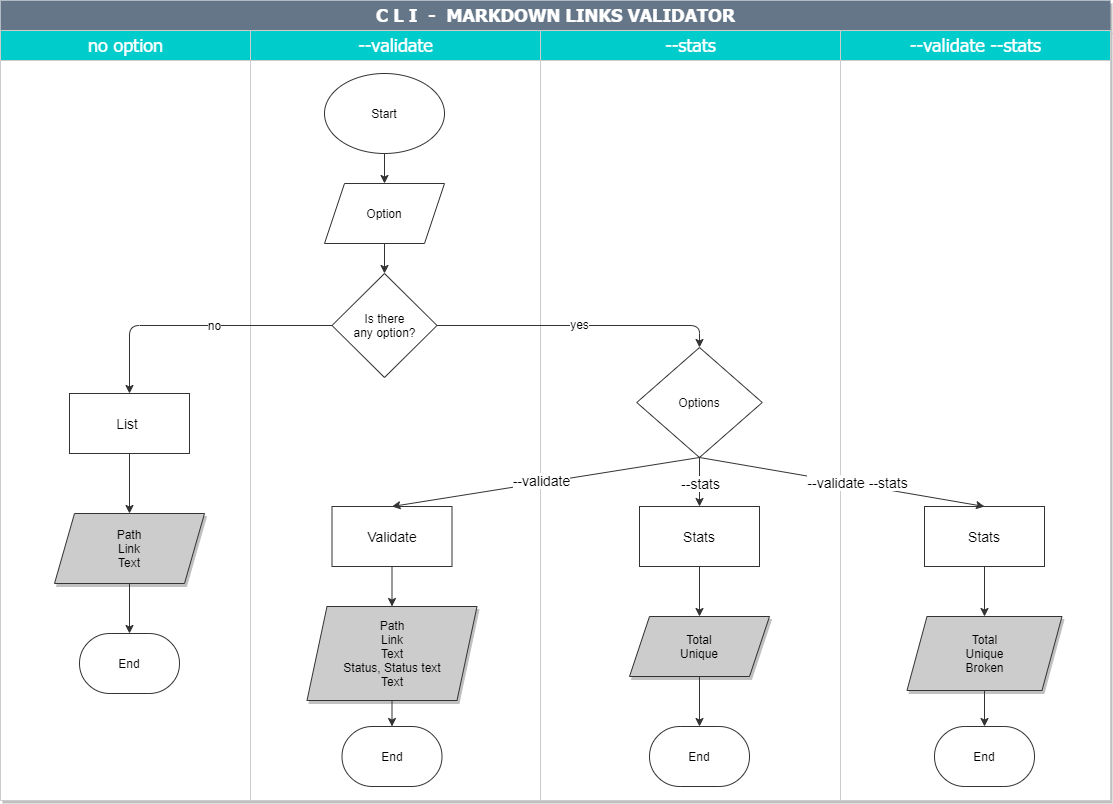
This is img/flow-chart-cli-md-links.png from MarycieloParionaBernaola/LIM013-fe-md-links, a draw.io export, as it was before one commit. Source tidied: cells renumbered, new cells last; positions are measured from the earlier drawing's top-left corner, leaving out a move shared by most shapes.
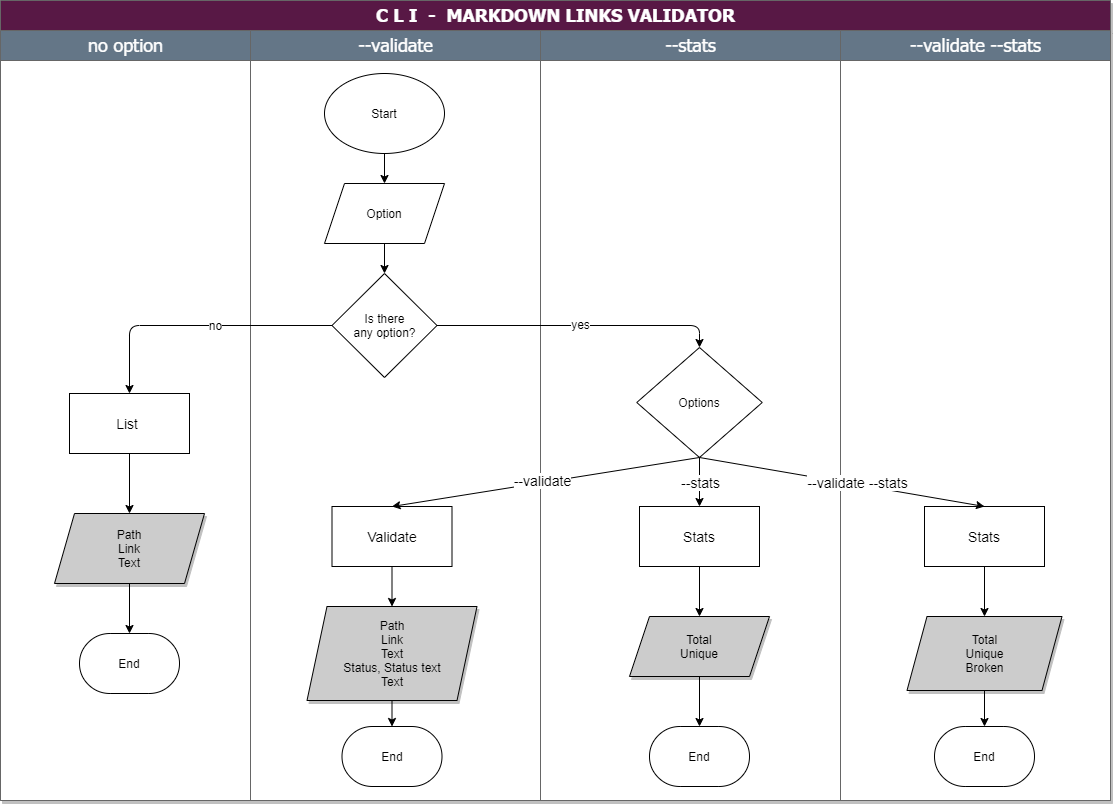
The same diagram one commit later.

Diff of the diagram source:
```diff
@@ -1,142 +1,142 @@
-<mxGraphModel background="#FFFFFF">
+<mxGraphModel>
   <root>
     <mxCell id="0" />
     <mxCell id="1" parent="0" />
-    <mxCell id="2" value="&lt;font style=&quot;font-size: 18px&quot; face=&quot;Tahoma&quot;&gt;C L I&amp;nbsp; -&amp;nbsp; MARKDOWN LINKS VALIDATOR&lt;/font&gt;" style="swimlane;html=1;startSize=30;shadow=1;labelBackgroundColor=none;strokeWidth=1;fontFamily=Verdana;fontSize=8;align=center;fillColor=#647687;fontColor=#ffffff;swimlaneFillColor=#ffffff;strokeColor=none;" parent="1" vertex="1">
+    <mxCell id="2" value="&lt;font style=&quot;font-size: 18px&quot; face=&quot;Tahoma&quot; color=&quot;#ffffff&quot;&gt;C L I&amp;nbsp; -&amp;nbsp; MARKDOWN LINKS VALIDATOR&lt;/font&gt;" style="swimlane;html=1;startSize=30;shadow=1;labelBackgroundColor=none;strokeWidth=1;fontFamily=Verdana;fontSize=8;align=center;swimlaneFillColor=#ffffff;fillColor=#581845;strokeColor=#666666;" parent="1" vertex="1">
       <mxGeometry width="1110" height="800" as="geometry" />
     </mxCell>
-    <mxCell id="3" value="&lt;font style=&quot;font-weight: normal ; font-size: 18px&quot; face=&quot;Tahoma&quot;&gt;no option&lt;/font&gt;" style="swimlane;html=1;startSize=30;fillColor=#00CCCC;fontColor=#ffffff;strokeColor=#CCCCCC;" parent="2" vertex="1">
+    <mxCell id="3" value="&lt;font style=&quot;font-weight: normal ; font-size: 18px&quot; face=&quot;Tahoma&quot; color=&quot;#ffffff&quot;&gt;no option&lt;/font&gt;" style="swimlane;html=1;startSize=30;strokeColor=#666666;fillColor=#647687;" parent="2" vertex="1">
       <mxGeometry y="30" width="250" height="770" as="geometry" />
     </mxCell>
-    <mxCell id="4" value="&lt;font style=&quot;font-size: 14px&quot;&gt;List&amp;nbsp;&lt;/font&gt;" style="rounded=0;whiteSpace=wrap;html=1;shadow=0;strokeColor=#333333;fillColor=#FFFFFF;" parent="3" vertex="1">
+    <mxCell id="4" value="&lt;font style=&quot;font-size: 14px&quot;&gt;List&amp;nbsp;&lt;/font&gt;" style="rounded=0;whiteSpace=wrap;html=1;shadow=0;strokeColor=#000000;" parent="3" vertex="1">
       <mxGeometry x="69" y="363" width="120" height="60" as="geometry" />
     </mxCell>
-    <mxCell id="5" value="Path&lt;br&gt;Link&lt;br&gt;Text" style="shape=parallelogram;perimeter=parallelogramPerimeter;whiteSpace=wrap;html=1;fixedSize=1;shadow=1;strokeColor=#333333;fillColor=#CCCCCC;" parent="3" vertex="1">
+    <mxCell id="5" value="Path&lt;br&gt;Link&lt;br&gt;Text" style="shape=parallelogram;perimeter=parallelogramPerimeter;whiteSpace=wrap;html=1;fixedSize=1;shadow=1;strokeColor=#000000;fillColor=#CCCCCC;" parent="3" vertex="1">
       <mxGeometry x="54" y="483" width="150" height="70" as="geometry" />
     </mxCell>
-    <mxCell id="6" style="endArrow=classic;html=1;shadow=0;strokeColor=#333333;exitX=0.5;exitY=1;exitDx=0;exitDy=0;" parent="3" edge="1" source="4" target="5">
+    <mxCell id="6" style="endArrow=classic;html=1;shadow=0;exitX=0.5;exitY=1;exitDx=0;exitDy=0;strokeColor=#000000;" parent="3" edge="1" source="4" target="5">
       <mxGeometry relative="1" as="geometry" />
     </mxCell>
-    <mxCell id="7" value="End" style="strokeWidth=1;html=1;shape=mxgraph.flowchart.terminator;whiteSpace=wrap;gradientColor=none;strokeColor=#333333;" parent="3" vertex="1">
+    <mxCell id="7" value="End" style="strokeWidth=1;html=1;shape=mxgraph.flowchart.terminator;whiteSpace=wrap;strokeColor=#000000;" parent="3" vertex="1">
       <mxGeometry x="79" y="603" width="100" height="60" as="geometry" />
     </mxCell>
-    <mxCell id="8" style="endArrow=classic;html=1;shadow=0;strokeColor=#333333;entryX=0.5;entryY=0;entryDx=0;entryDy=0;entryPerimeter=0;exitX=0.5;exitY=1;exitDx=0;exitDy=0;" parent="3" edge="1" source="5" target="7">
+    <mxCell id="8" style="endArrow=classic;html=1;shadow=0;entryX=0.5;entryY=0;entryDx=0;entryDy=0;entryPerimeter=0;exitX=0.5;exitY=1;exitDx=0;exitDy=0;strokeColor=#000000;" parent="3" edge="1" source="5" target="7">
       <mxGeometry relative="1" as="geometry" />
     </mxCell>
-    <mxCell id="9" value="&lt;font style=&quot;font-weight: normal ; font-size: 18px&quot; face=&quot;Tahoma&quot;&gt;--validate&lt;/font&gt;" style="swimlane;html=1;startSize=30;fillColor=#00CCCC;fontColor=#ffffff;strokeColor=#CCCCCC;" parent="2" vertex="1">
+    <mxCell id="9" value="&lt;font style=&quot;font-weight: normal ; font-size: 18px&quot; face=&quot;Tahoma&quot; color=&quot;#ffffff&quot;&gt;--validate&lt;/font&gt;" style="swimlane;html=1;startSize=30;strokeColor=#666666;fillColor=#647687;" parent="2" vertex="1">
       <mxGeometry x="250" y="30" width="290" height="770" as="geometry" />
     </mxCell>
-    <mxCell id="10" value="Start" style="ellipse;whiteSpace=wrap;html=1;shadow=0;strokeColor=#333333;fillColor=#FFFFFF;" parent="9" vertex="1">
+    <mxCell id="10" value="Start" style="ellipse;whiteSpace=wrap;html=1;shadow=0;strokeColor=#000000;" parent="9" vertex="1">
       <mxGeometry x="74" y="43" width="120" height="80" as="geometry" />
     </mxCell>
-    <mxCell id="11" value="&lt;font style=&quot;font-size: 14px&quot;&gt;Validate&lt;/font&gt;" style="rounded=0;whiteSpace=wrap;html=1;shadow=0;strokeColor=#333333;fillColor=#FFFFFF;" parent="9" vertex="1">
+    <mxCell id="11" value="&lt;font style=&quot;font-size: 14px&quot;&gt;Validate&lt;/font&gt;" style="rounded=0;whiteSpace=wrap;html=1;shadow=0;strokeColor=#000000;" parent="9" vertex="1">
       <mxGeometry x="81.5" y="476" width="120" height="60" as="geometry" />
     </mxCell>
-    <mxCell id="12" value="Path&lt;br&gt;Link&lt;br&gt;Text&lt;br&gt;Status, Status text&lt;br&gt;Text" style="shape=parallelogram;perimeter=parallelogramPerimeter;whiteSpace=wrap;html=1;fixedSize=1;shadow=1;strokeColor=#333333;fillColor=#CCCCCC;" parent="9" vertex="1">
+    <mxCell id="12" value="Path&lt;br&gt;Link&lt;br&gt;Text&lt;br&gt;Status, Status text&lt;br&gt;Text" style="shape=parallelogram;perimeter=parallelogramPerimeter;whiteSpace=wrap;html=1;fixedSize=1;shadow=1;strokeColor=#000000;fillColor=#CCCCCC;" parent="9" vertex="1">
       <mxGeometry x="56.5" y="576" width="170" height="94" as="geometry" />
     </mxCell>
-    <mxCell id="13" value="Is there&lt;br&gt;any option?" style="rhombus;whiteSpace=wrap;html=1;shadow=0;strokeColor=#333333;fillColor=#FFFFFF;" parent="9" vertex="1">
+    <mxCell id="13" value="Is there&lt;br&gt;any option?" style="rhombus;whiteSpace=wrap;html=1;shadow=0;strokeColor=#000000;" parent="9" vertex="1">
       <mxGeometry x="81.5" y="243" width="105" height="104" as="geometry" />
     </mxCell>
-    <mxCell id="14" value="Option" style="shape=parallelogram;perimeter=parallelogramPerimeter;whiteSpace=wrap;html=1;fixedSize=1;shadow=0;strokeColor=#333333;fillColor=#FFFFFF;" parent="9" vertex="1">
+    <mxCell id="14" value="Option" style="shape=parallelogram;perimeter=parallelogramPerimeter;whiteSpace=wrap;html=1;fixedSize=1;shadow=0;strokeColor=#000000;" parent="9" vertex="1">
       <mxGeometry x="74" y="153" width="120" height="60" as="geometry" />
     </mxCell>
-    <mxCell id="15" style="endArrow=classic;html=1;shadow=0;strokeColor=#333333;exitX=0.5;exitY=1;exitDx=0;exitDy=0;" parent="9" edge="1" source="10" target="14">
+    <mxCell id="15" style="endArrow=classic;html=1;shadow=0;exitX=0.5;exitY=1;exitDx=0;exitDy=0;strokeColor=#000000;" parent="9" edge="1" source="10" target="14">
       <mxGeometry relative="1" as="geometry" />
     </mxCell>
-    <mxCell id="16" style="endArrow=classic;html=1;shadow=0;strokeColor=#333333;exitX=0.5;exitY=1;exitDx=0;exitDy=0;entryX=0.5;entryY=0;entryDx=0;entryDy=0;" parent="9" edge="1" source="14" target="13">
+    <mxCell id="16" style="endArrow=classic;html=1;shadow=0;exitX=0.5;exitY=1;exitDx=0;exitDy=0;entryX=0.5;entryY=0;entryDx=0;entryDy=0;strokeColor=#000000;" parent="9" edge="1" source="14" target="13">
       <mxGeometry relative="1" as="geometry" />
     </mxCell>
-    <mxCell id="17" style="endArrow=classic;html=1;shadow=0;strokeColor=#333333;exitX=0.5;exitY=1;exitDx=0;exitDy=0;entryX=0.5;entryY=0;entryDx=0;entryDy=0;" parent="9" edge="1" source="11" target="12">
+    <mxCell id="17" style="endArrow=classic;html=1;shadow=0;exitX=0.5;exitY=1;exitDx=0;exitDy=0;entryX=0.5;entryY=0;entryDx=0;entryDy=0;strokeColor=#000000;" parent="9" edge="1" source="11" target="12">
       <mxGeometry relative="1" as="geometry" />
     </mxCell>
-    <mxCell id="18" value="End" style="strokeWidth=1;html=1;shape=mxgraph.flowchart.terminator;whiteSpace=wrap;gradientColor=none;strokeColor=#333333;" parent="9" vertex="1">
+    <mxCell id="18" value="End" style="strokeWidth=1;html=1;shape=mxgraph.flowchart.terminator;whiteSpace=wrap;strokeColor=#000000;" parent="9" vertex="1">
       <mxGeometry x="91.5" y="696" width="100" height="60" as="geometry" />
     </mxCell>
-    <mxCell id="19" style="endArrow=classic;html=1;shadow=0;strokeColor=#333333;" parent="9" edge="1" source="12" target="18">
+    <mxCell id="19" style="endArrow=classic;html=1;shadow=0;strokeColor=#000000;" parent="9" edge="1" source="12" target="18">
       <mxGeometry relative="1" as="geometry" />
     </mxCell>
-    <mxCell id="20" value="&lt;font face=&quot;Tahoma&quot; style=&quot;font-weight: normal ; font-size: 18px&quot;&gt;--stats&lt;/font&gt;" style="swimlane;html=1;startSize=30;fillColor=#00CCCC;fontColor=#ffffff;strokeColor=#CCCCCC;" parent="2" vertex="1">
+    <mxCell id="20" value="&lt;font face=&quot;Tahoma&quot; style=&quot;font-weight: normal ; font-size: 18px&quot; color=&quot;#ffffff&quot;&gt;--stats&lt;/font&gt;" style="swimlane;html=1;startSize=30;strokeColor=#666666;fillColor=#647687;" parent="2" vertex="1">
       <mxGeometry x="540" y="30" width="300" height="770" as="geometry" />
     </mxCell>
-    <mxCell id="21" value="&lt;font style=&quot;font-size: 14px&quot;&gt;Stats&lt;/font&gt;" style="rounded=0;whiteSpace=wrap;html=1;shadow=0;strokeColor=#333333;fillColor=#FFFFFF;" parent="20" vertex="1">
+    <mxCell id="21" value="&lt;font style=&quot;font-size: 14px&quot;&gt;Stats&lt;/font&gt;" style="rounded=0;whiteSpace=wrap;html=1;shadow=0;strokeColor=#000000;" parent="20" vertex="1">
       <mxGeometry x="99" y="476" width="120" height="60" as="geometry" />
     </mxCell>
-    <mxCell id="22" value="Options" style="rhombus;whiteSpace=wrap;html=1;shadow=0;strokeColor=#333333;fillColor=#FFFFFF;" parent="20" vertex="1">
+    <mxCell id="22" value="Options" style="rhombus;whiteSpace=wrap;html=1;shadow=0;strokeColor=#000000;" parent="20" vertex="1">
       <mxGeometry x="96.2" y="317" width="125.5" height="110" as="geometry" />
     </mxCell>
-    <mxCell id="23" value="Total&lt;br&gt;Unique" style="shape=parallelogram;perimeter=parallelogramPerimeter;whiteSpace=wrap;html=1;fixedSize=1;shadow=1;strokeColor=#333333;fillColor=#CCCCCC;" parent="20" vertex="1">
+    <mxCell id="23" value="Total&lt;br&gt;Unique" style="shape=parallelogram;perimeter=parallelogramPerimeter;whiteSpace=wrap;html=1;fixedSize=1;shadow=1;strokeColor=#000000;fillColor=#CCCCCC;" parent="20" vertex="1">
       <mxGeometry x="89" y="586" width="140" height="60" as="geometry" />
     </mxCell>
-    <mxCell id="24" style="endArrow=classic;html=1;shadow=0;strokeColor=#333333;exitX=0.5;exitY=1;exitDx=0;exitDy=0;entryX=0.5;entryY=0;entryDx=0;entryDy=0;" parent="20" edge="1" source="22" target="21">
+    <mxCell id="24" style="endArrow=classic;html=1;shadow=0;exitX=0.5;exitY=1;exitDx=0;exitDy=0;entryX=0.5;entryY=0;entryDx=0;entryDy=0;strokeColor=#000000;" parent="20" edge="1" source="22" target="21">
       <mxGeometry relative="1" as="geometry" />
     </mxCell>
-    <mxCell id="25" value="&lt;font style=&quot;font-size: 14px&quot;&gt;--stats&lt;/font&gt;" style="edgeLabel;html=1;align=center;verticalAlign=middle;" parent="24" vertex="1">
+    <mxCell id="25" value="&lt;font style=&quot;font-size: 14px&quot;&gt;--stats&lt;/font&gt;" style="edgeLabel;html=1;align=center;verticalAlign=middle;strokeColor=#000000;" parent="24" vertex="1">
       <mxGeometry relative="1" as="geometry" />
     </mxCell>
-    <mxCell id="26" style="endArrow=classic;html=1;shadow=0;strokeColor=#333333;exitX=0.5;exitY=1;exitDx=0;exitDy=0;" parent="20" edge="1" source="21" target="23">
+    <mxCell id="26" style="endArrow=classic;html=1;shadow=0;exitX=0.5;exitY=1;exitDx=0;exitDy=0;strokeColor=#000000;" parent="20" edge="1" source="21" target="23">
       <mxGeometry relative="1" as="geometry" />
     </mxCell>
-    <mxCell id="27" value="End" style="strokeWidth=1;html=1;shape=mxgraph.flowchart.terminator;whiteSpace=wrap;gradientColor=none;strokeColor=#333333;" parent="20" vertex="1">
+    <mxCell id="27" value="End" style="strokeWidth=1;html=1;shape=mxgraph.flowchart.terminator;whiteSpace=wrap;strokeColor=#000000;" parent="20" vertex="1">
       <mxGeometry x="109" y="696" width="100" height="60" as="geometry" />
     </mxCell>
-    <mxCell id="28" style="endArrow=classic;html=1;shadow=0;strokeColor=#333333;exitX=0.5;exitY=1;exitDx=0;exitDy=0;" parent="20" edge="1" source="23" target="27">
+    <mxCell id="28" style="endArrow=classic;html=1;shadow=0;exitX=0.5;exitY=1;exitDx=0;exitDy=0;strokeColor=#000000;" parent="20" edge="1" source="23" target="27">
       <mxGeometry relative="1" as="geometry" />
     </mxCell>
-    <mxCell id="29" value="&lt;font face=&quot;Tahoma&quot; style=&quot;font-size: 18px&quot;&gt;&lt;span style=&quot;font-weight: 400&quot;&gt;--validate --stats&lt;/span&gt;&lt;/font&gt;" style="swimlane;html=1;startSize=30;fillColor=#00CCCC;fontColor=#ffffff;strokeColor=#CCCCCC;" parent="2" vertex="1">
+    <mxCell id="29" value="&lt;font face=&quot;Tahoma&quot; style=&quot;font-size: 18px&quot; color=&quot;#ffffff&quot;&gt;&lt;span style=&quot;font-weight: 400&quot;&gt;--validate --stats&lt;/span&gt;&lt;/font&gt;" style="swimlane;html=1;startSize=30;strokeColor=#666666;fillColor=#647687;" parent="2" vertex="1">
       <mxGeometry x="840" y="30" width="270" height="770" as="geometry" />
     </mxCell>
-    <mxCell id="30" value="&lt;font style=&quot;font-size: 14px&quot;&gt;Stats&lt;/font&gt;" style="rounded=0;whiteSpace=wrap;html=1;shadow=0;strokeColor=#333333;fillColor=#FFFFFF;" parent="29" vertex="1">
+    <mxCell id="30" value="&lt;font style=&quot;font-size: 14px&quot;&gt;Stats&lt;/font&gt;" style="rounded=0;whiteSpace=wrap;html=1;shadow=0;strokeColor=#000000;" parent="29" vertex="1">
       <mxGeometry x="84" y="476" width="120" height="60" as="geometry" />
     </mxCell>
-    <mxCell id="31" value="Total&lt;br&gt;Unique&lt;br&gt;Broken" style="shape=parallelogram;perimeter=parallelogramPerimeter;whiteSpace=wrap;html=1;fixedSize=1;shadow=1;strokeColor=#333333;fillColor=#CCCCCC;" parent="29" vertex="1">
+    <mxCell id="31" value="Total&lt;br&gt;Unique&lt;br&gt;Broken" style="shape=parallelogram;perimeter=parallelogramPerimeter;whiteSpace=wrap;html=1;fixedSize=1;shadow=1;strokeColor=#000000;fillColor=#CCCCCC;" parent="29" vertex="1">
       <mxGeometry x="66.5" y="586" width="155" height="74" as="geometry" />
     </mxCell>
-    <mxCell id="32" style="endArrow=classic;html=1;shadow=0;strokeColor=#333333;exitX=0.5;exitY=1;exitDx=0;exitDy=0;entryX=0.5;entryY=0;entryDx=0;entryDy=0;" parent="29" edge="1" source="30" target="31">
+    <mxCell id="32" style="endArrow=classic;html=1;shadow=0;exitX=0.5;exitY=1;exitDx=0;exitDy=0;entryX=0.5;entryY=0;entryDx=0;entryDy=0;strokeColor=#000000;" parent="29" edge="1" source="30" target="31">
       <mxGeometry relative="1" as="geometry" />
     </mxCell>
-    <mxCell id="33" value="End" style="strokeWidth=1;html=1;shape=mxgraph.flowchart.terminator;whiteSpace=wrap;gradientColor=none;strokeColor=#333333;" parent="29" vertex="1">
+    <mxCell id="33" value="End" style="strokeWidth=1;html=1;shape=mxgraph.flowchart.terminator;whiteSpace=wrap;strokeColor=#000000;" parent="29" vertex="1">
       <mxGeometry x="94" y="696" width="100" height="60" as="geometry" />
     </mxCell>
-    <mxCell id="34" style="endArrow=classic;html=1;shadow=0;strokeColor=#333333;exitX=0.5;exitY=1;exitDx=0;exitDy=0;entryX=0.5;entryY=0;entryDx=0;entryDy=0;entryPerimeter=0;" parent="29" edge="1" source="31" target="33">
+    <mxCell id="34" style="endArrow=classic;html=1;shadow=0;exitX=0.5;exitY=1;exitDx=0;exitDy=0;entryX=0.5;entryY=0;entryDx=0;entryDy=0;entryPerimeter=0;strokeColor=#000000;" parent="29" edge="1" source="31" target="33">
       <mxGeometry relative="1" as="geometry" />
     </mxCell>
-    <mxCell id="35" style="endArrow=classic;html=1;shadow=0;strokeColor=#333333;exitX=1;exitY=0.5;exitDx=0;exitDy=0;entryX=0.5;entryY=0;entryDx=0;entryDy=0;" parent="2" edge="1" source="13" target="22">
+    <mxCell id="35" style="endArrow=classic;html=1;shadow=0;exitX=1;exitY=0.5;exitDx=0;exitDy=0;entryX=0.5;entryY=0;entryDx=0;entryDy=0;strokeColor=#000000;" parent="2" edge="1" source="13" target="22">
       <mxGeometry relative="1" as="geometry">
         <Array as="points">
           <mxPoint x="699" y="325" />
         </Array>
       </mxGeometry>
     </mxCell>
-    <mxCell id="36" value="&lt;font style=&quot;font-size: 12px&quot;&gt;yes&lt;/font&gt;" style="edgeLabel;html=1;align=center;verticalAlign=middle;" parent="35" vertex="1">
+    <mxCell id="36" value="&lt;font style=&quot;font-size: 12px&quot;&gt;yes&lt;/font&gt;" style="edgeLabel;html=1;align=center;verticalAlign=middle;strokeColor=#000000;" parent="35" vertex="1">
       <mxGeometry relative="1" as="geometry">
         <mxPoint y="-2" as="offset" />
       </mxGeometry>
     </mxCell>
-    <mxCell id="37" style="endArrow=classic;html=1;shadow=0;strokeColor=#333333;exitX=0;exitY=0.5;exitDx=0;exitDy=0;entryX=0.5;entryY=0;entryDx=0;entryDy=0;" parent="2" edge="1" source="13" target="4">
+    <mxCell id="37" style="endArrow=classic;html=1;shadow=0;exitX=0;exitY=0.5;exitDx=0;exitDy=0;entryX=0.5;entryY=0;entryDx=0;entryDy=0;strokeColor=#000000;" parent="2" edge="1" source="13" target="4">
       <mxGeometry relative="1" as="geometry">
         <Array as="points">
           <mxPoint x="129" y="325" />
         </Array>
       </mxGeometry>
     </mxCell>
-    <mxCell id="38" value="&lt;font style=&quot;font-size: 12px&quot;&gt;no&lt;/font&gt;" style="edgeLabel;html=1;align=center;verticalAlign=middle;" parent="37" vertex="1">
+    <mxCell id="38" value="&lt;font style=&quot;font-size: 12px&quot;&gt;no&lt;/font&gt;" style="edgeLabel;html=1;align=center;verticalAlign=middle;strokeColor=#000000;" parent="37" vertex="1">
       <mxGeometry relative="1" as="geometry">
         <mxPoint x="17" y="-1" as="offset" />
       </mxGeometry>
     </mxCell>
-    <mxCell id="39" style="endArrow=classic;html=1;shadow=0;strokeColor=#333333;exitX=0.5;exitY=1;exitDx=0;exitDy=0;entryX=0.5;entryY=0;entryDx=0;entryDy=0;" parent="2" edge="1" source="22" target="11">
+    <mxCell id="39" style="endArrow=classic;html=1;shadow=0;exitX=0.5;exitY=1;exitDx=0;exitDy=0;entryX=0.5;entryY=0;entryDx=0;entryDy=0;strokeColor=#000000;" parent="2" edge="1" source="22" target="11">
       <mxGeometry relative="1" as="geometry" />
     </mxCell>
-    <mxCell id="40" value="&lt;font style=&quot;font-size: 14px&quot;&gt;--validate&lt;/font&gt;" style="edgeLabel;html=1;align=center;verticalAlign=middle;" parent="39" vertex="1">
+    <mxCell id="40" value="&lt;font style=&quot;font-size: 14px&quot;&gt;--validate&lt;/font&gt;" style="edgeLabel;html=1;align=center;verticalAlign=middle;strokeColor=#000000;" parent="39" vertex="1">
       <mxGeometry relative="1" as="geometry">
         <mxPoint x="-4" y="-2" as="offset" />
       </mxGeometry>
     </mxCell>
-    <mxCell id="41" style="endArrow=classic;html=1;shadow=0;strokeColor=#333333;entryX=0.5;entryY=0;entryDx=0;entryDy=0;exitX=0.5;exitY=1;exitDx=0;exitDy=0;" parent="2" edge="1" source="22" target="30">
+    <mxCell id="41" style="endArrow=classic;html=1;shadow=0;entryX=0.5;entryY=0;entryDx=0;entryDy=0;exitX=0.5;exitY=1;exitDx=0;exitDy=0;strokeColor=#000000;" parent="2" edge="1" source="22" target="30">
       <mxGeometry relative="1" as="geometry" />
     </mxCell>
-    <mxCell id="42" value="&lt;font style=&quot;font-size: 14px&quot;&gt;--validate --stats&lt;/font&gt;" style="edgeLabel;html=1;align=center;verticalAlign=middle;" parent="41" vertex="1">
+    <mxCell id="42" value="&lt;font style=&quot;font-size: 14px&quot;&gt;--validate --stats&lt;/font&gt;" style="edgeLabel;html=1;align=center;verticalAlign=middle;strokeColor=#000000;" parent="41" vertex="1">
       <mxGeometry relative="1" as="geometry">
         <mxPoint x="15" as="offset" />
       </mxGeometry>
```
